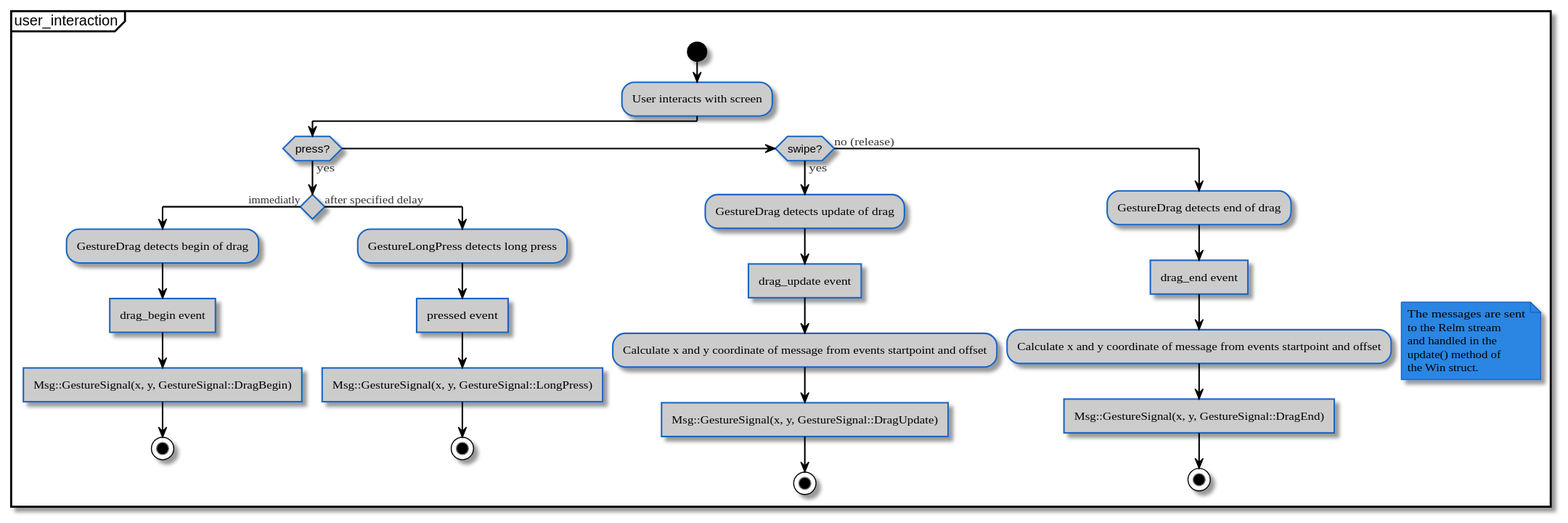
Earlier version of the PlantUML export docs/diagrams/out/activity/user_interaction/user_interaction.svg (pentamassiv/keyboard).
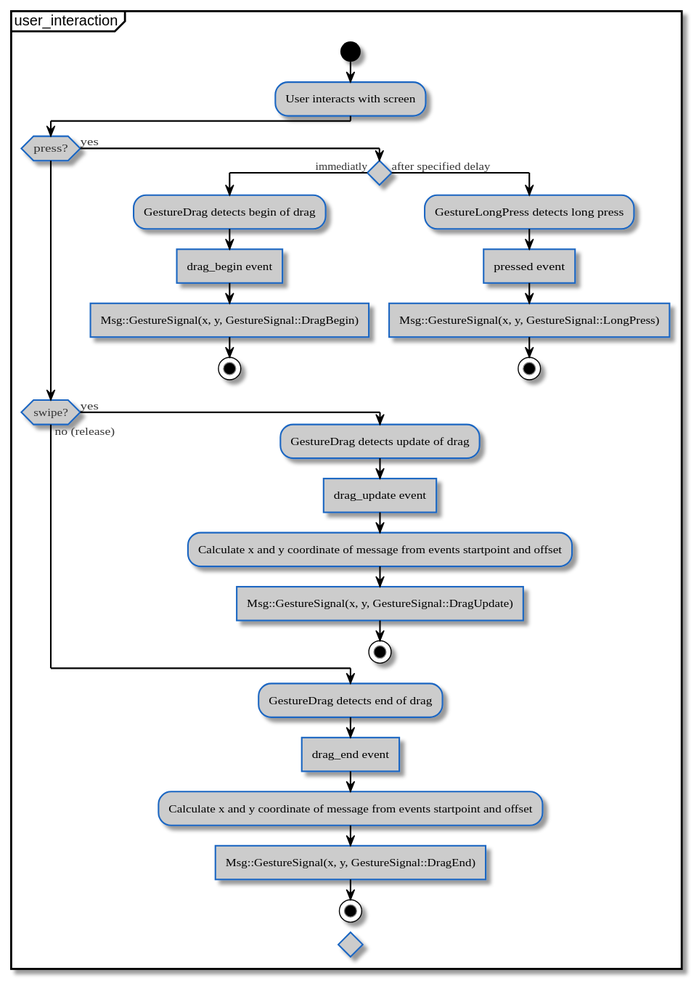
After the commit.

The edit, as a diff of the source:
```diff
@@ -1,4 +1,5 @@
 @startuml user_interaction
+!pragma useVerticalIf on
 !define LIGHTBLUE
 !includeurl https://raw.githubusercontent.com/grelltrier/RedDress-PlantUML/master/style.puml
 
@@ -31,13 +32,5 @@
     :Msg::GestureSignal(x, y, GestureSignal::DragEnd)]
     stop
   endif
-
-  floating note right
-    The messages are sent
-    to the Relm stream
-    and handled in the
-    update() method of
-    the Win struct.
-  end note
 }
 @enduml
```
